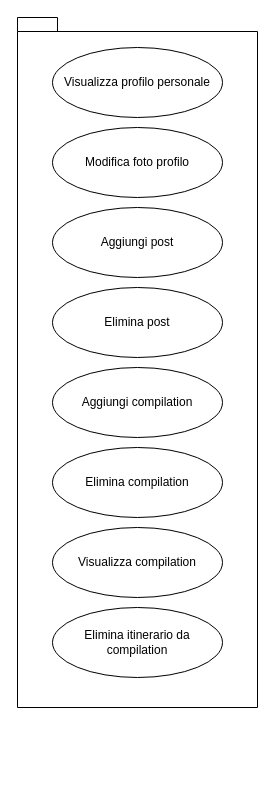
Before: page "Gestione profilo" (5 of 5) of docs/useCase.drawio in archer-65/natour-2122, a draw.io diagram. Source tidied: cells renumbered, new cells numbered last; positions are measured from the earlier drawing's top-left corner, leaving out a move shared by most shapes. Both pictures are drawn from the tidied source at 100%, with x=0, y=0 at pixel (17, 17).
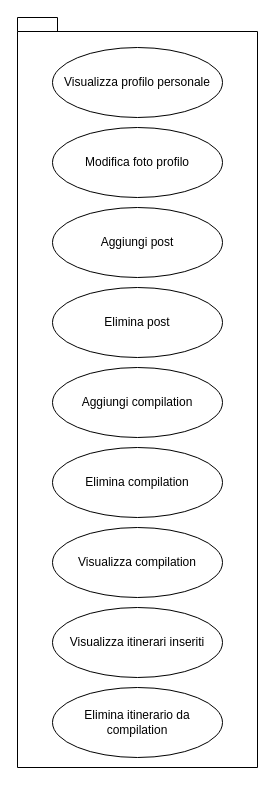
Above is the later version.

Commit message (it also covers changes not shown here):
Activity Diagram di Gestione Profilo e Interazione con Post, corretti alcuni Use Case

Change to the diagram source:
```diff
@@
 <mxGraphModel>
   <root>
     <mxCell id="0" />
     <mxCell id="1" parent="0" />
     <mxCell id="2" style="shape=folder;fontStyle=1;spacingTop=10;tabWidth=40;tabHeight=14;tabPosition=left;html=1;direction=east;" parent="1" vertex="1">
-      <mxGeometry width="240" height="690" as="geometry" />
+      <mxGeometry width="240" height="750" as="geometry" />
     </mxCell>
     <mxCell id="3" value="Aggiungi post" style="ellipse;whiteSpace=wrap;html=1;" parent="1" vertex="1">
       <mxGeometry x="35" y="190" width="170" height="70" as="geometry" />
     </mxCell>
     <mxCell id="4" value="Elimina post" style="ellipse;whiteSpace=wrap;html=1;" parent="1" vertex="1">
       <mxGeometry x="35" y="270" width="170" height="70" as="geometry" />
     </mxCell>
     <mxCell id="5" value="Aggiungi compilation" style="ellipse;whiteSpace=wrap;html=1;" parent="1" vertex="1">
       <mxGeometry x="35" y="350" width="170" height="70" as="geometry" />
     </mxCell>
     <mxCell id="6" value="Elimina compilation" style="ellipse;whiteSpace=wrap;html=1;" parent="1" vertex="1">
       <mxGeometry x="35" y="430" width="170" height="70" as="geometry" />
     </mxCell>
     <mxCell id="7" value="Modifica foto profilo" style="ellipse;whiteSpace=wrap;html=1;" parent="1" vertex="1">
       <mxGeometry x="35" y="110" width="170" height="70" as="geometry" />
     </mxCell>
     <mxCell id="8" value="Visualizza compilation" style="ellipse;whiteSpace=wrap;html=1;" parent="1" vertex="1">
       <mxGeometry x="35" y="510" width="170" height="70" as="geometry" />
     </mxCell>
     <mxCell id="9" value="Elimina itinerario da compilation" style="ellipse;whiteSpace=wrap;html=1;" parent="1" vertex="1">
-      <mxGeometry x="35" y="590" width="170" height="70" as="geometry" />
+      <mxGeometry x="35" y="670" width="170" height="70" as="geometry" />
     </mxCell>
     <mxCell id="10" value="Visualizza profilo personale" style="ellipse;whiteSpace=wrap;html=1;" parent="1" vertex="1">
       <mxGeometry x="35" y="30" width="170" height="70" as="geometry" />
     </mxCell>
+    <mxCell id="11" value="Visualizza itinerari inseriti" style="ellipse;whiteSpace=wrap;html=1;" parent="1" vertex="1">
+      <mxGeometry x="35" y="590" width="170" height="70" as="geometry" />
+    </mxCell>
   </root>
 </mxGraphModel>
```
